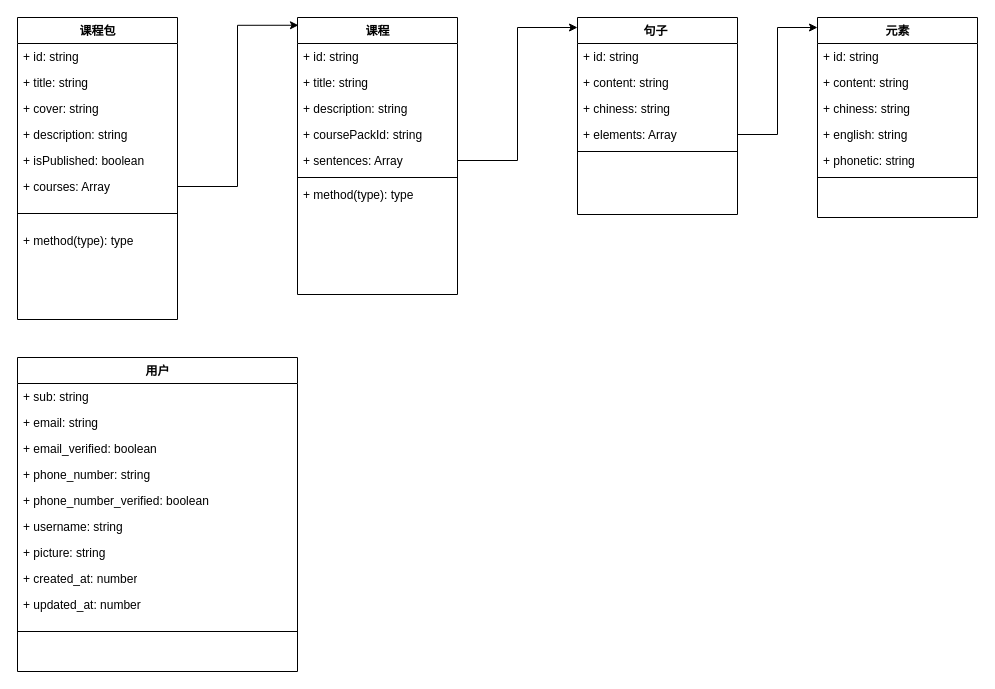
gjf610/my-blog keeps this draw.io diagram as 数据库表.drawio. Above is the earlier version. Source tidied: cells renumbered, new cells numbered last; positions are measured from the earlier drawing's top-left corner, leaving out a move shared by most shapes. Both pictures are drawn from the tidied source at 100%, with x=0, y=0 at pixel (17, 17).
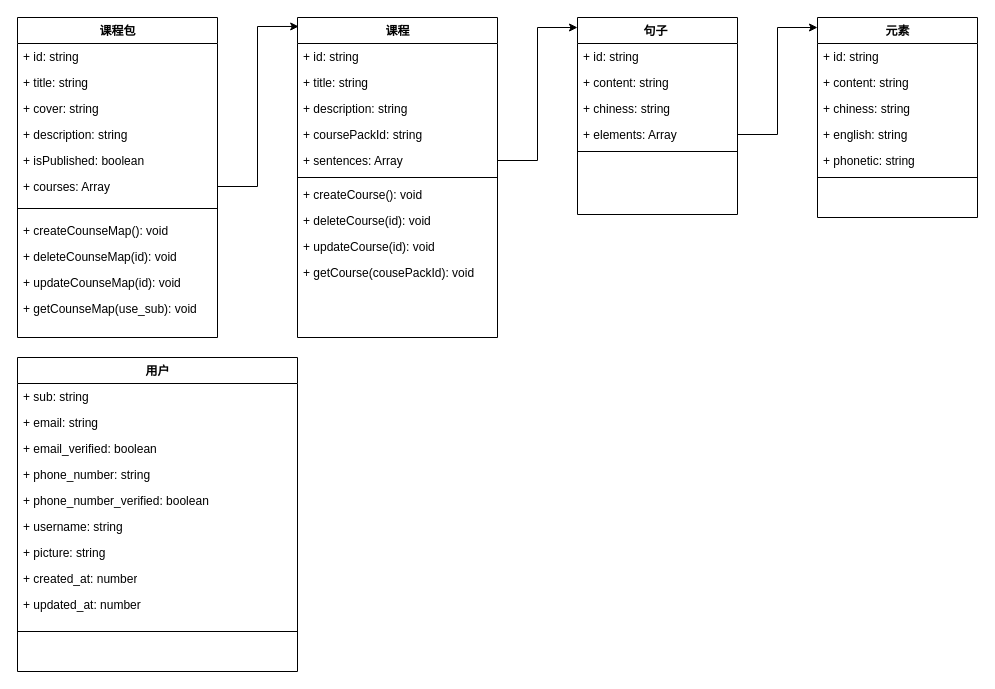
Above is the later version.

Commit message:
更新数据库表.drawio

The edit, as a diff of the source:
```diff
@@
     <mxCell id="2" value="课程包" style="swimlane;html=1;fontStyle=1;align=center;verticalAlign=top;horizontal=1;startSize=26;swimlaneFillColor=#ffffff;rounded=0;shadow=0;comic=0;labelBackgroundColor=none;strokeWidth=1;fillColor=none;fontFamily=Verdana;fontSize=12;" parent="1" vertex="1">
-      <mxGeometry width="160" height="302" as="geometry" />
+      <mxGeometry width="200" height="320" as="geometry" />
     </mxCell>
     <mxCell id="3" value="+ id: string" style="text;html=1;strokeColor=none;fillColor=none;align=left;verticalAlign=top;spacingLeft=4;spacingRight=4;whiteSpace=wrap;overflow=hidden;" parent="2" vertex="1">
-      <mxGeometry y="26" width="160" height="26" as="geometry" />
+      <mxGeometry y="26" width="200" height="26" as="geometry" />
     </mxCell>
     <mxCell id="4" value="+ title: string" style="text;html=1;strokeColor=none;fillColor=none;align=left;verticalAlign=top;spacingLeft=4;spacingRight=4;whiteSpace=wrap;overflow=hidden;" parent="2" vertex="1">
-      <mxGeometry y="52" width="160" height="26" as="geometry" />
+      <mxGeometry y="52" width="200" height="26" as="geometry" />
     </mxCell>
     <mxCell id="5" value="+ cover: string" style="text;html=1;strokeColor=none;fillColor=none;align=left;verticalAlign=top;spacingLeft=4;spacingRight=4;whiteSpace=wrap;overflow=hidden;" parent="2" vertex="1">
-      <mxGeometry y="78" width="160" height="26" as="geometry" />
+      <mxGeometry y="78" width="200" height="26" as="geometry" />
     </mxCell>
     <mxCell id="6" value="+ description: string" style="text;html=1;strokeColor=none;fillColor=none;align=left;verticalAlign=top;spacingLeft=4;spacingRight=4;whiteSpace=wrap;overflow=hidden;" parent="2" vertex="1">
-      <mxGeometry y="104" width="160" height="26" as="geometry" />
+      <mxGeometry y="104" width="200" height="26" as="geometry" />
     </mxCell>
     <mxCell id="7" value="+ isPublished: boolean" style="text;html=1;strokeColor=none;fillColor=none;align=left;verticalAlign=top;spacingLeft=4;spacingRight=4;whiteSpace=wrap;overflow=hidden;" parent="2" vertex="1">
-      <mxGeometry y="130" width="160" height="26" as="geometry" />
+      <mxGeometry y="130" width="200" height="26" as="geometry" />
     </mxCell>
     <mxCell id="8" value="+ courses: Array" style="text;html=1;strokeColor=none;fillColor=none;align=left;verticalAlign=top;spacingLeft=4;spacingRight=4;whiteSpace=wrap;overflow=hidden;points=[[0,0.5],[1,0.5]];portConstraint=eastwest;" parent="2" vertex="1">
-      <mxGeometry y="156" width="160" height="26" as="geometry" />
+      <mxGeometry y="156" width="200" height="26" as="geometry" />
     </mxCell>
     <mxCell id="9" style="line;html=1;strokeWidth=1;fillColor=none;align=left;verticalAlign=middle;spacingTop=-1;spacingLeft=3;spacingRight=3;labelPosition=right;" parent="2" vertex="1">
-      <mxGeometry y="182" width="160" height="28" as="geometry" />
+      <mxGeometry y="182" width="200" height="18" as="geometry" />
     </mxCell>
-    <mxCell id="10" value="+ method(type): type" style="text;html=1;strokeColor=none;fillColor=none;align=left;verticalAlign=top;spacingLeft=4;spacingRight=4;whiteSpace=wrap;overflow=hidden;" parent="2" vertex="1">
-      <mxGeometry y="210" width="160" height="26" as="geometry" />
+    <mxCell id="10" value="+ createCounseMap(): void" style="text;html=1;strokeColor=none;fillColor=none;align=left;verticalAlign=top;spacingLeft=4;spacingRight=4;whiteSpace=wrap;overflow=hidden;" parent="2" vertex="1">
+      <mxGeometry y="200" width="200" height="26" as="geometry" />
     </mxCell>
+    <mxCell id="46" value="+ deleteCounseMap(id): void" style="text;html=1;strokeColor=none;fillColor=none;align=left;verticalAlign=top;spacingLeft=4;spacingRight=4;whiteSpace=wrap;overflow=hidden;" parent="2" vertex="1">
+      <mxGeometry y="226" width="200" height="26" as="geometry" />
+    </mxCell>
+    <mxCell id="47" value="+ updateCounseMap(id): void" style="text;html=1;strokeColor=none;fillColor=none;align=left;verticalAlign=top;spacingLeft=4;spacingRight=4;whiteSpace=wrap;overflow=hidden;" parent="2" vertex="1">
+      <mxGeometry y="252" width="200" height="26" as="geometry" />
+    </mxCell>
+    <mxCell id="48" value="+ getCounseMap(use_sub): void" style="text;html=1;strokeColor=none;fillColor=none;align=left;verticalAlign=top;spacingLeft=4;spacingRight=4;whiteSpace=wrap;overflow=hidden;" parent="2" vertex="1">
+      <mxGeometry y="278" width="200" height="32" as="geometry" />
+    </mxCell>
     <mxCell id="11" value="课程" style="swimlane;html=1;fontStyle=1;align=center;verticalAlign=top;horizontal=1;startSize=26;swimlaneFillColor=#ffffff;rounded=0;shadow=0;comic=0;labelBackgroundColor=none;strokeWidth=1;fillColor=none;fontFamily=Verdana;fontSize=12;" parent="1" vertex="1">
-      <mxGeometry x="280" width="160" height="277" as="geometry" />
+      <mxGeometry x="280" width="200" height="320" as="geometry" />
     </mxCell>
     <mxCell id="12" value="+ id: string" style="text;html=1;strokeColor=none;fillColor=none;align=left;verticalAlign=top;spacingLeft=4;spacingRight=4;whiteSpace=wrap;overflow=hidden;" parent="11" vertex="1">
-      <mxGeometry y="26" width="160" height="26" as="geometry" />
+      <mxGeometry y="26" width="200" height="26" as="geometry" />
     </mxCell>
     <mxCell id="13" value="+ title: string" style="text;html=1;strokeColor=none;fillColor=none;align=left;verticalAlign=top;spacingLeft=4;spacingRight=4;whiteSpace=wrap;overflow=hidden;" parent="11" vertex="1">
-      <mxGeometry y="52" width="160" height="26" as="geometry" />
+      <mxGeometry y="52" width="200" height="26" as="geometry" />
     </mxCell>
     <mxCell id="14" value="+ description: string" style="text;html=1;strokeColor=none;fillColor=none;align=left;verticalAlign=top;spacingLeft=4;spacingRight=4;whiteSpace=wrap;overflow=hidden;" parent="11" vertex="1">
-      <mxGeometry y="78" width="160" height="26" as="geometry" />
+      <mxGeometry y="78" width="200" height="26" as="geometry" />
     </mxCell>
     <mxCell id="15" value="+ coursePackId: string" style="text;html=1;strokeColor=none;fillColor=none;align=left;verticalAlign=top;spacingLeft=4;spacingRight=4;whiteSpace=wrap;overflow=hidden;" parent="11" vertex="1">
-      <mxGeometry y="104" width="160" height="26" as="geometry" />
+      <mxGeometry y="104" width="200" height="26" as="geometry" />
     </mxCell>
     <mxCell id="16" value="+ sentences: Array" style="text;html=1;strokeColor=none;fillColor=none;align=left;verticalAlign=top;spacingLeft=4;spacingRight=4;whiteSpace=wrap;overflow=hidden;points=[[0,0.5],[1,0.5]];portConstraint=eastwest;" parent="11" vertex="1">
-      <mxGeometry y="130" width="160" height="26" as="geometry" />
+      <mxGeometry y="130" width="200" height="26" as="geometry" />
     </mxCell>
     <mxCell id="17" style="line;html=1;strokeWidth=1;fillColor=none;align=left;verticalAlign=middle;spacingTop=-1;spacingLeft=3;spacingRight=3;labelPosition=right;" parent="11" vertex="1">
-      <mxGeometry y="156" width="160" height="8" as="geometry" />
+      <mxGeometry y="156" width="200" height="8" as="geometry" />
     </mxCell>
-    <mxCell id="18" value="+ method(type): type" style="text;html=1;strokeColor=none;fillColor=none;align=left;verticalAlign=top;spacingLeft=4;spacingRight=4;whiteSpace=wrap;overflow=hidden;" parent="11" vertex="1">
-      <mxGeometry y="164" width="160" height="26" as="geometry" />
+    <mxCell id="18" value="+ createCourse(): void" style="text;html=1;strokeColor=none;fillColor=none;align=left;verticalAlign=top;spacingLeft=4;spacingRight=4;whiteSpace=wrap;overflow=hidden;" parent="11" vertex="1">
+      <mxGeometry y="164" width="200" height="26" as="geometry" />
     </mxCell>
+    <mxCell id="49" value="+ deleteCourse(id): void" style="text;html=1;strokeColor=none;fillColor=none;align=left;verticalAlign=top;spacingLeft=4;spacingRight=4;whiteSpace=wrap;overflow=hidden;" parent="11" vertex="1">
+      <mxGeometry y="190" width="200" height="26" as="geometry" />
+    </mxCell>
+    <mxCell id="50" value="+ updateCourse(id): void" style="text;html=1;strokeColor=none;fillColor=none;align=left;verticalAlign=top;spacingLeft=4;spacingRight=4;whiteSpace=wrap;overflow=hidden;" parent="11" vertex="1">
+      <mxGeometry y="216" width="200" height="26" as="geometry" />
+    </mxCell>
+    <mxCell id="51" value="+ getCourse(cousePackId): void" style="text;html=1;strokeColor=none;fillColor=none;align=left;verticalAlign=top;spacingLeft=4;spacingRight=4;whiteSpace=wrap;overflow=hidden;" parent="11" vertex="1">
+      <mxGeometry y="242" width="200" height="26" as="geometry" />
+    </mxCell>
@@
     <mxCell id="25" style="edgeStyle=orthogonalEdgeStyle;rounded=0;jettySize=auto;html=1;" parent="1" edge="1" source="16">
       <mxGeometry relative="1" as="geometry">
         <mxPoint x="560" y="10" as="targetPoint" />
         <Array as="points">
-          <mxPoint x="500" y="143" />
-          <mxPoint x="500" y="10" />
-          <mxPoint x="560" y="10" />
+          <mxPoint x="520" y="143" />
+          <mxPoint x="520" y="10" />
         </Array>
       </mxGeometry>
     </mxCell>
```
